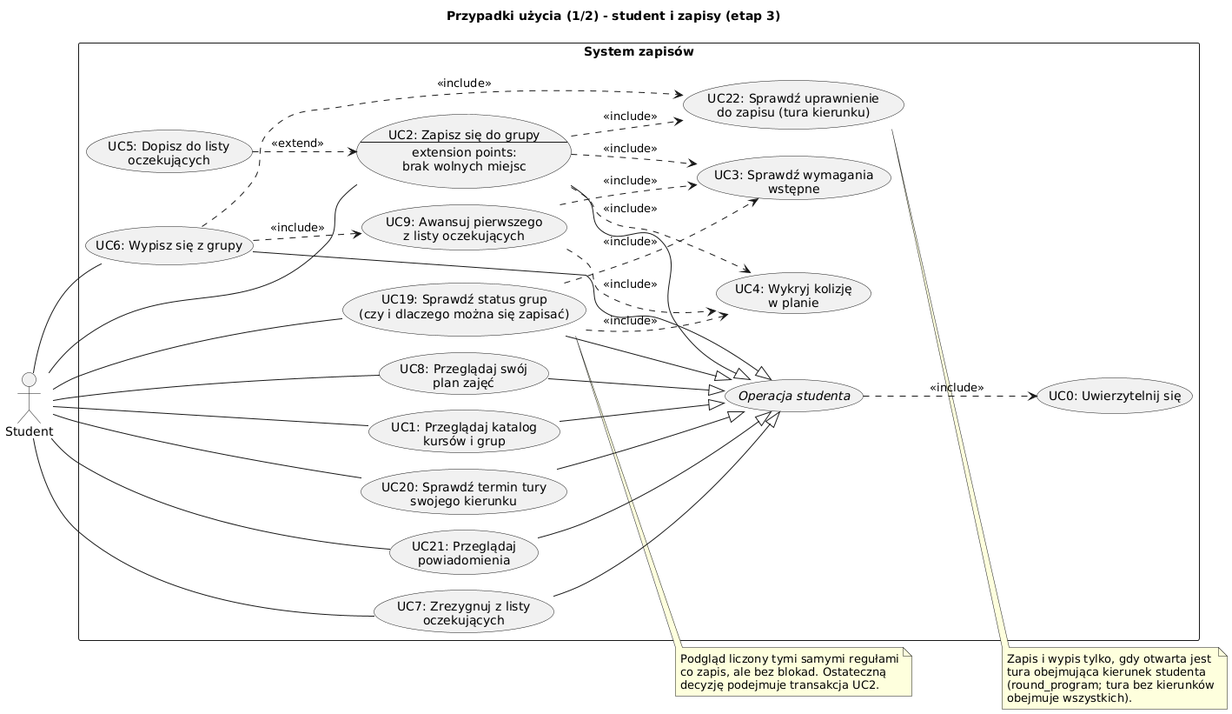
This is etap3/diagramy/przypadki_uzycia_student.png from Husaria55/USOSv2, a PlantUML export, as it was before one commit. Its diagram source:
```plantuml
@startuml przypadki_uzycia_student
!pragma layout smetana
left to right direction
title Przypadki użycia (1/2) - student i zapisy (etap 3)
skinparam shadowing false

actor "Student" as S

rectangle "System zapisów" {
  usecase "//Operacja studenta//" as OPS
  usecase "UC0: Uwierzytelnij się" as UC0
  usecase "UC1: Przeglądaj katalog\nkursów i grup" as UC1
  usecase UC2 as "UC2: Zapisz się do grupy
--
extension points:
brak wolnych miejsc"
  usecase "UC3: Sprawdź wymagania\nwstępne" as UC3
  usecase "UC4: Wykryj kolizję\nw planie" as UC4
  usecase "UC5: Dopisz do listy\noczekujących" as UC5
  usecase "UC6: Wypisz się z grupy" as UC6
  usecase "UC7: Zrezygnuj z listy\noczekujących" as UC7
  usecase "UC8: Przeglądaj swój\nplan zajęć" as UC8
  usecase "UC9: Awansuj pierwszego\nz listy oczekujących" as UC9
  usecase "UC19: Sprawdź status grup\n(czy i dlaczego można się zapisać)" as UC19
  usecase "UC20: Sprawdź termin tury\nswojego kierunku" as UC20
  usecase "UC21: Przeglądaj\npowiadomienia" as UC21
  usecase "UC22: Sprawdź uprawnienie\ndo zapisu (tura kierunku)" as UC22
}

S -- UC1
S -- UC2
S -- UC6
S -- UC7
S -- UC8
S -- UC19
S -- UC20
S -- UC21

UC1 --|> OPS
UC2 --|> OPS
UC6 --|> OPS
UC7 --|> OPS
UC8 --|> OPS
UC19 --|> OPS
UC20 --|> OPS
UC21 --|> OPS
OPS ..> UC0 : <<include>>

UC2 ..> UC22 : <<include>>
UC2 ..> UC3 : <<include>>
UC2 ..> UC4 : <<include>>
UC5 ..> UC2 : <<extend>>
UC6 ..> UC22 : <<include>>
UC6 ..> UC9 : <<include>>
UC9 ..> UC3 : <<include>>
UC9 ..> UC4 : <<include>>
UC19 ..> UC3 : <<include>>
UC19 ..> UC4 : <<include>>

note right of UC22
  Zapis i wypis tylko, gdy otwarta jest
  tura obejmująca kierunek studenta
  (round_program; tura bez kierunków
  obejmuje wszystkich).
end note
note right of UC19
  Podgląd liczony tymi samymi regułami
  co zapis, ale bez blokad. Ostateczną
  decyzję podejmuje transakcja UC2.
end note
@enduml
```
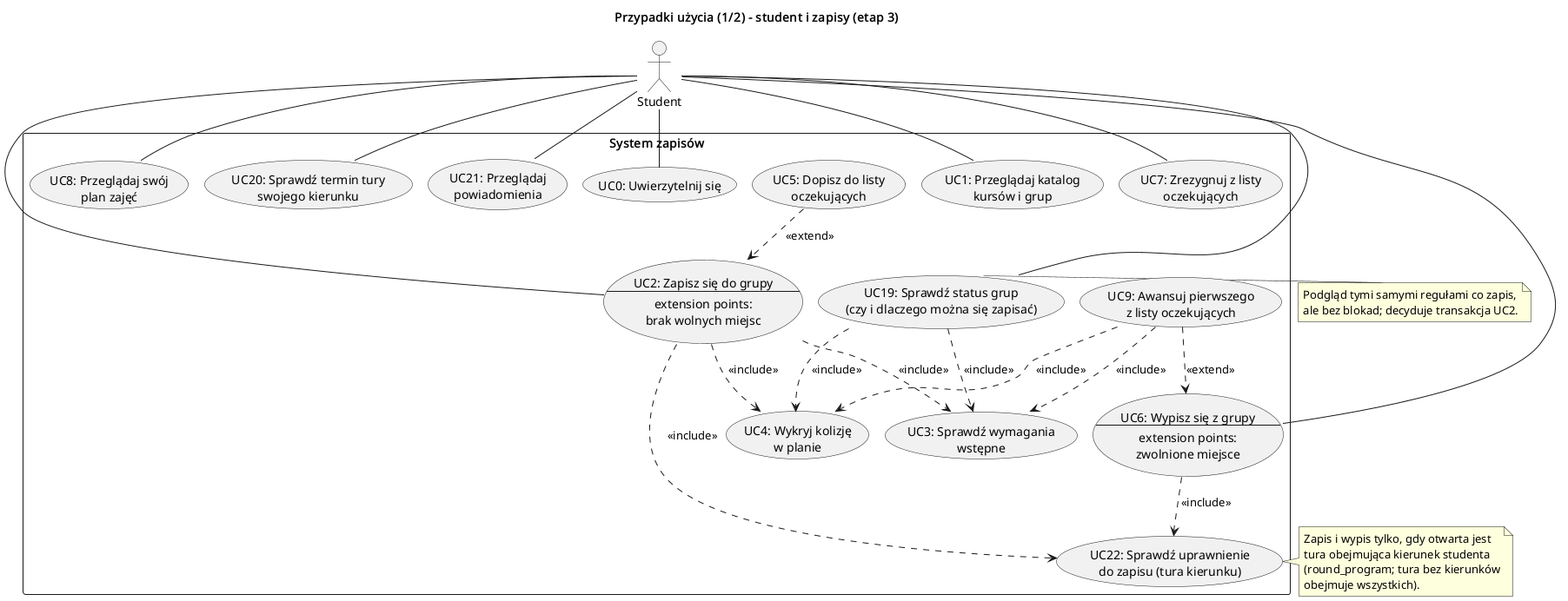
Later version of the same file.

The edit, as a diff of the source:
```diff
@@ -1,13 +1,12 @@
 @startuml przypadki_uzycia_student
 !pragma layout smetana
-left to right direction
+top to bottom direction
 title Przypadki użycia (1/2) - student i zapisy (etap 3)
 skinparam shadowing false
 
 actor "Student" as S
 
 rectangle "System zapisów" {
-  usecase "//Operacja studenta//" as OPS
   usecase "UC0: Uwierzytelnij się" as UC0
   usecase "UC1: Przeglądaj katalog\nkursów i grup" as UC1
   usecase UC2 as "UC2: Zapisz się do grupy
@@ -17,7 +16,10 @@
   usecase "UC3: Sprawdź wymagania\nwstępne" as UC3
   usecase "UC4: Wykryj kolizję\nw planie" as UC4
   usecase "UC5: Dopisz do listy\noczekujących" as UC5
-  usecase "UC6: Wypisz się z grupy" as UC6
+  usecase UC6 as "UC6: Wypisz się z grupy
+--
+extension points:
+zwolnione miejsce"
   usecase "UC7: Zrezygnuj z listy\noczekujących" as UC7
   usecase "UC8: Przeglądaj swój\nplan zajęć" as UC8
   usecase "UC9: Awansuj pierwszego\nz listy oczekujących" as UC9
@@ -27,6 +29,7 @@
   usecase "UC22: Sprawdź uprawnienie\ndo zapisu (tura kierunku)" as UC22
 }
 
+S -- UC0
 S -- UC1
 S -- UC2
 S -- UC6
@@ -36,22 +39,13 @@
 S -- UC20
 S -- UC21
 
-UC1 --|> OPS
-UC2 --|> OPS
-UC6 --|> OPS
-UC7 --|> OPS
-UC8 --|> OPS
-UC19 --|> OPS
-UC20 --|> OPS
-UC21 --|> OPS
-OPS ..> UC0 : <<include>>
 
 UC2 ..> UC22 : <<include>>
 UC2 ..> UC3 : <<include>>
 UC2 ..> UC4 : <<include>>
 UC5 ..> UC2 : <<extend>>
 UC6 ..> UC22 : <<include>>
-UC6 ..> UC9 : <<include>>
+UC9 ..> UC6 : <<extend>>
 UC9 ..> UC3 : <<include>>
 UC9 ..> UC4 : <<include>>
 UC19 ..> UC3 : <<include>>
@@ -63,9 +57,8 @@
   (round_program; tura bez kierunków
   obejmuje wszystkich).
 end note
-note right of UC19
-  Podgląd liczony tymi samymi regułami
-  co zapis, ale bez blokad. Ostateczną
-  decyzję podejmuje transakcja UC2.
+note left of UC19
+  Podgląd tymi samymi regułami co zapis,
+  ale bez blokad; decyduje transakcja UC2.
 end note
 @enduml
```
